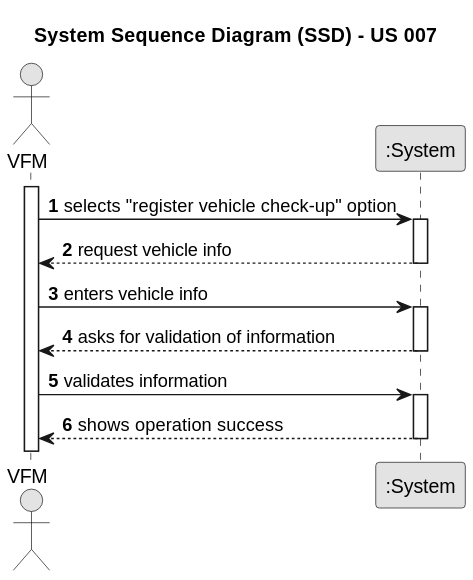
Before: docs/sprintB/us007/01.requirements-engineering/svg/us007-system-sequence-diagram.svg, a diagram exported from PlantUML (Departamento-de-Engenharia-Informatica/lei-24-s2-1dm-g132). Source of this version:
```plantuml
@startuml
skinparam monochrome true
skinparam packageStyle rectangle
skinparam shadowing false

title System Sequence Diagram (SSD) - US 007

autonumber

actor "VFM" as VFM
participant ":System" as System


activate VFM

    VFM -> System: selects "register vehicle check-up" option
    activate System

         System --> VFM: request vehicle info
            deactivate System
                VFM -> System: enters vehicle info
                    activate System
                       System --> VFM: asks for validation of information
                                deactivate System
                                                VFM -> System: validates information
                                                    activate System
                                                                           System --> VFM: shows operation success
                                                                                    deactivate System
@enduml
```
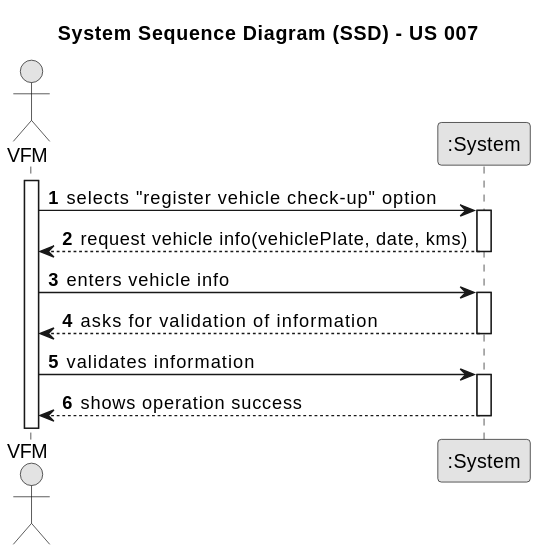
The same file after the commit.

Commit message:
US007 - Beginning of development of all Design related diagrams

The edit, as a diff of the source:
```diff
@@ -16,7 +16,7 @@
     VFM -> System: selects "register vehicle check-up" option
     activate System
 
-         System --> VFM: request vehicle info
+         System --> VFM: request vehicle info(vehiclePlate, date, kms)
             deactivate System
                 VFM -> System: enters vehicle info
                     activate System
@@ -26,4 +26,6 @@
                                                     activate System
                                                                            System --> VFM: shows operation success
                                                                                     deactivate System
+
+                  deactivate System
 @enduml
```
